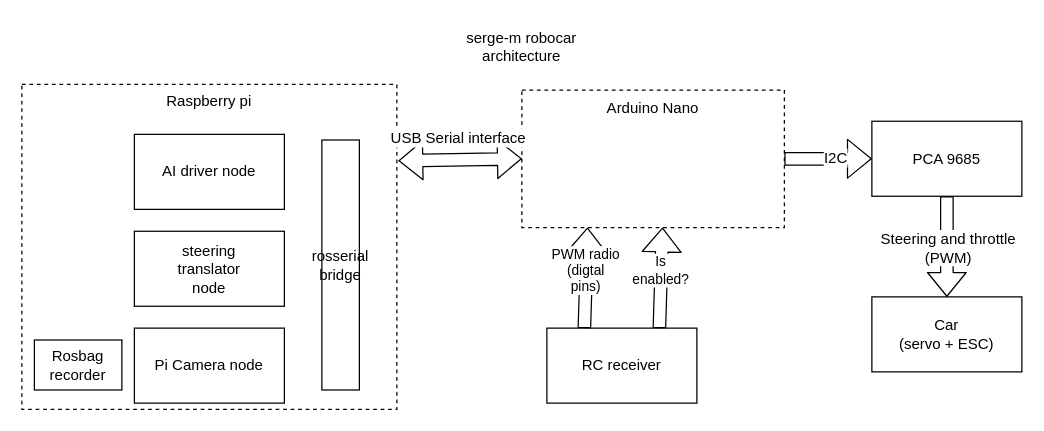
The draw.io diagram doc/img/sergem-robocar-diagram.drawio in serge-m/sergem_robocar, before the edit. Source tidied: cells renumbered, new cells numbered last; positions are measured from the earlier drawing's top-left corner, leaving out a move shared by most shapes. Both pictures are drawn from the tidied source at 125%, with x=0, y=0 at pixel (21, 21).
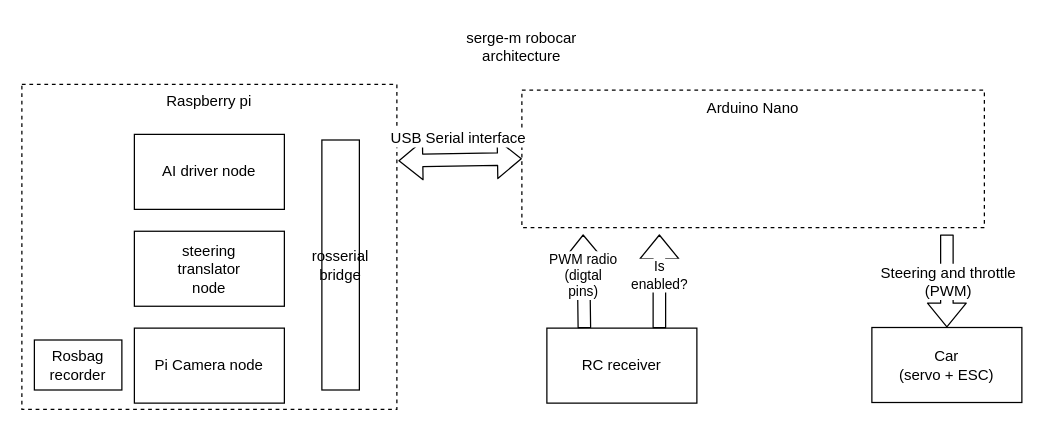
After the change.

Unchanged cells that the change refers to:
```xml
<mxCell id="4" value="RC receiver" style="rounded=0;whiteSpace=wrap;html=1;" parent="1" vertex="1">
  <mxGeometry x="420" y="245" width="120" height="60" as="geometry" />
</mxCell>
```

What changed in the source:
```diff
@@
     <mxCell id="3" value="Arduino Nano" style="rounded=0;whiteSpace=wrap;html=1;verticalAlign=top;dashed=1;" parent="1" vertex="1">
-      <mxGeometry x="400" y="54.5" width="210" height="110" as="geometry" />
+      <mxGeometry x="400" y="54.5" width="370" height="110" as="geometry" />
     </mxCell>
@@
-    <mxCell id="8" style="shape=flexArrow;endArrow=classic;startArrow=none;html=1;exitX=0.25;exitY=0;exitDx=0;exitDy=0;entryX=0.25;entryY=1;entryDx=0;entryDy=0;startFill=0;" parent="1" edge="1" source="4" target="3">
-      <mxGeometry relative="1" as="geometry" />
+    <mxCell id="8" style="shape=flexArrow;endArrow=classic;startArrow=none;html=1;exitX=0.25;exitY=0;exitDx=0;exitDy=0;startFill=0;" parent="1" edge="1" source="4">
+      <mxGeometry relative="1" as="geometry">
+        <mxPoint x="449" y="170" as="targetPoint" />
+      </mxGeometry>
     </mxCell>
@@
-    <mxCell id="10" style="shape=flexArrow;endArrow=classic;startArrow=none;html=1;entryX=0.25;entryY=1;entryDx=0;entryDy=0;exitX=0.75;exitY=0;exitDx=0;exitDy=0;startFill=0;" parent="1" edge="1" source="4">
+    <mxCell id="10" style="shape=flexArrow;endArrow=classic;startArrow=none;html=1;exitX=0.75;exitY=0;exitDx=0;exitDy=0;startFill=0;" parent="1" edge="1" source="4">
       <mxGeometry relative="1" as="geometry">
-        <mxPoint x="512.5" y="164.5" as="targetPoint" />
+        <mxPoint x="510" y="170" as="targetPoint" />
       </mxGeometry>
     </mxCell>
@@
-    <mxCell id="12" value="PCA 9685" style="rounded=0;whiteSpace=wrap;html=1;" parent="1" vertex="1">
-      <mxGeometry x="680" y="79.5" width="120" height="60" as="geometry" />
-    </mxCell>
     <mxCell id="13" value="&lt;div&gt;Car &lt;br&gt;&lt;/div&gt;&lt;div&gt;(servo + ESC)&lt;br&gt;&lt;/div&gt;" style="rounded=0;whiteSpace=wrap;html=1;" parent="1" vertex="1">
-      <mxGeometry x="680" y="220" width="120" height="60" as="geometry" />
+      <mxGeometry x="680" y="244.5" width="120" height="60" as="geometry" />
     </mxCell>
-    <mxCell id="14" style="shape=flexArrow;endArrow=classic;startArrow=none;html=1;entryX=0;entryY=0.5;entryDx=0;entryDy=0;exitX=1;exitY=0.5;exitDx=0;exitDy=0;startFill=0;" parent="1" edge="1" source="3" target="12">
-      <mxGeometry relative="1" as="geometry" />
-    </mxCell>
-    <mxCell id="15" value="I2C" style="text;html=1;align=center;verticalAlign=middle;labelBackgroundColor=#ffffff;" parent="14" vertex="1">
-      <mxGeometry x="0.15" y="1" relative="1" as="geometry" />
-    </mxCell>
-    <mxCell id="16" style="shape=flexArrow;endArrow=classic;startArrow=none;html=1;entryX=0.5;entryY=0;entryDx=0;entryDy=0;startFill=0;" parent="1" edge="1" source="12" target="13">
-      <mxGeometry relative="1" as="geometry" />
+    <mxCell id="16" style="shape=flexArrow;endArrow=classic;startArrow=none;html=1;entryX=0.5;entryY=0;entryDx=0;entryDy=0;startFill=0;" parent="1" edge="1" target="13">
+      <mxGeometry relative="1" as="geometry">
+        <mxPoint x="740" y="170" as="sourcePoint" />
+      </mxGeometry>
     </mxCell>
```
